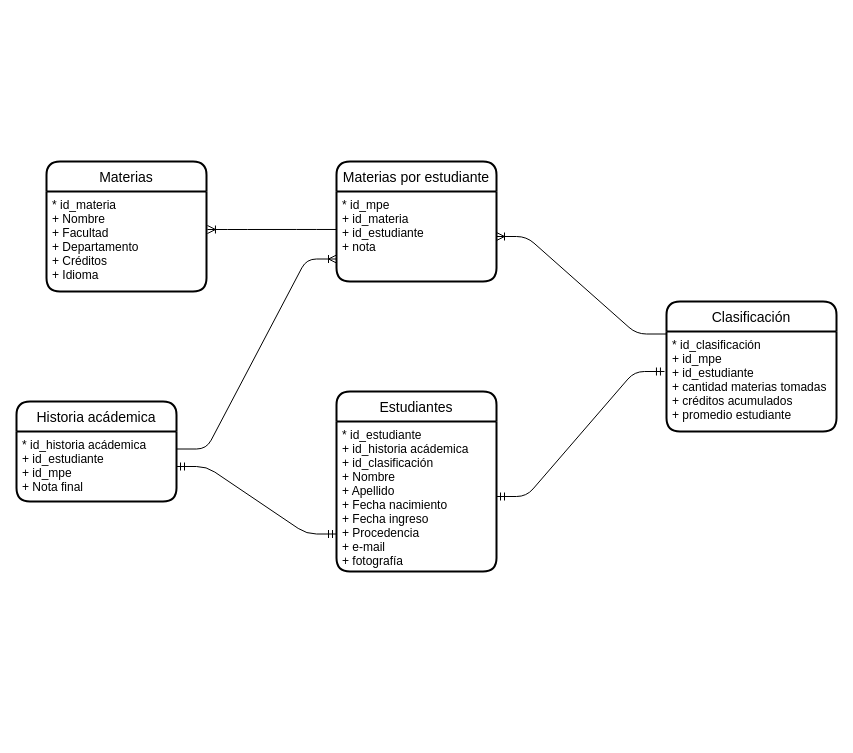
Before: res/entidad_relacion.drawio in crisleoc/un_poo_project, a draw.io diagram. Source tidied: cells renumbered, new cells numbered last; positions are measured from the earlier drawing's top-left corner, leaving out a move shared by most shapes. Both pictures are drawn from the tidied source at 100%, with x=0, y=0 at pixel (16, 161).
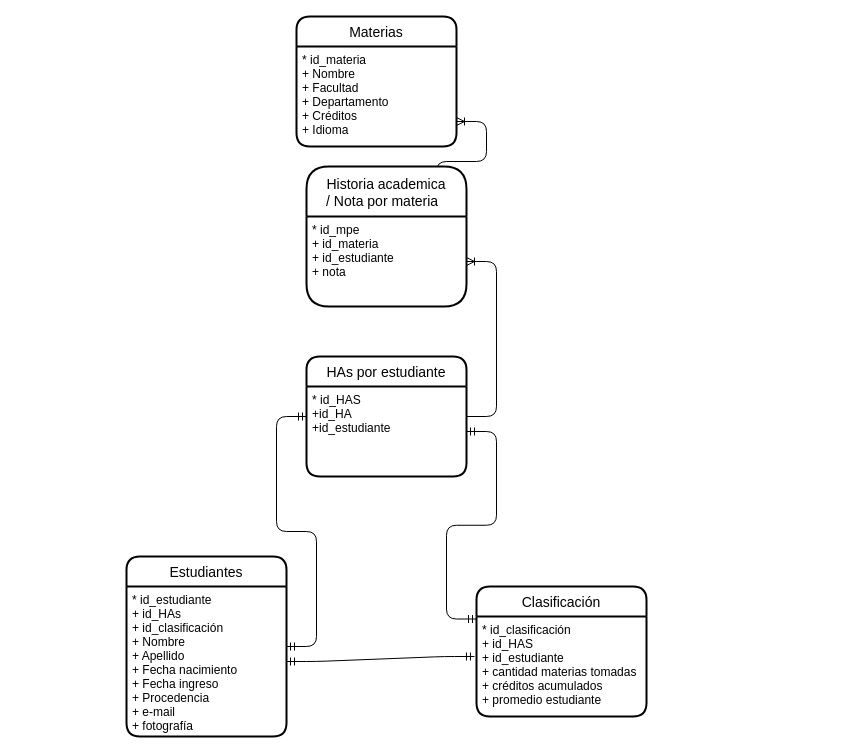
Above is the later version.

The edit, as a diff of the source:
```diff
@@
 <mxGraphModel>
   <root>
     <mxCell id="0" />
     <mxCell id="1" parent="0" />
     <mxCell id="2" value="Materias" style="swimlane;horizontal=1;startSize=30;rounded=1;fontSize=14;fontStyle=0;strokeWidth=2;shadow=0;dashed=0;align=center;" parent="1" vertex="1">
-      <mxGeometry x="30" width="160" height="130" as="geometry" />
+      <mxGeometry x="280" y="-145" width="160" height="130" as="geometry" />
     </mxCell>
     <mxCell id="3" value="* id_materia&#10;+ Nombre&#10;+ Facultad&#10;+ Departamento&#10;+ Créditos&#10;+ Idioma" style="align=left;strokeColor=none;fillColor=none;spacingLeft=4;fontSize=12;verticalAlign=top;" parent="2" vertex="1">
       <mxGeometry y="30" width="160" height="100" as="geometry" />
     </mxCell>
     <mxCell id="4" value="Clasificación" style="swimlane;horizontal=1;startSize=30;rounded=1;fontSize=14;fontStyle=0;strokeWidth=2;shadow=0;dashed=0;align=center;" parent="1" vertex="1">
-      <mxGeometry x="650" y="140" width="170" height="130" as="geometry" />
+      <mxGeometry x="460" y="425" width="170" height="130" as="geometry" />
     </mxCell>
-    <mxCell id="5" value="* id_clasificación&#10;+ id_mpe&#10;+ id_estudiante&#10;+ cantidad materias tomadas&#10;+ créditos acumulados&#10;+ promedio estudiante" style="align=left;strokeColor=none;fillColor=none;spacingLeft=4;fontSize=12;verticalAlign=top;" parent="4" vertex="1">
+    <mxCell id="5" value="* id_clasificación&#10;+ id_HAS&#10;+ id_estudiante&#10;+ cantidad materias tomadas&#10;+ créditos acumulados&#10;+ promedio estudiante" style="align=left;strokeColor=none;fillColor=none;spacingLeft=4;fontSize=12;verticalAlign=top;" parent="4" vertex="1">
       <mxGeometry y="30" width="170" height="100" as="geometry" />
     </mxCell>
     <mxCell id="6" value="Estudiantes" style="swimlane;horizontal=1;startSize=30;rounded=1;fontSize=14;fontStyle=0;strokeWidth=2;shadow=0;dashed=0;align=center;" parent="1" vertex="1">
-      <mxGeometry x="320" y="230" width="160" height="180" as="geometry" />
+      <mxGeometry x="110" y="395" width="160" height="180" as="geometry" />
     </mxCell>
-    <mxCell id="7" value="* id_estudiante&#10;+ id_historia acádemica&#10;+ id_clasificación&#10;+ Nombre&#10;+ Apellido&#10;+ Fecha nacimiento&#10;+ Fecha ingreso&#10;+ Procedencia&#10;+ e-mail&#10;+ fotografía" style="align=left;strokeColor=none;fillColor=none;spacingLeft=4;fontSize=12;verticalAlign=top;" parent="6" vertex="1">
+    <mxCell id="7" value="* id_estudiante&#10;+ id_HAs&#10;+ id_clasificación&#10;+ Nombre&#10;+ Apellido&#10;+ Fecha nacimiento&#10;+ Fecha ingreso&#10;+ Procedencia&#10;+ e-mail&#10;+ fotografía" style="align=left;strokeColor=none;fillColor=none;spacingLeft=4;fontSize=12;verticalAlign=top;" parent="6" vertex="1">
       <mxGeometry y="30" width="160" height="150" as="geometry" />
     </mxCell>
-    <mxCell id="8" value="Historia acádemica" style="swimlane;horizontal=1;startSize=30;rounded=1;fontSize=14;fontStyle=0;strokeWidth=2;shadow=0;dashed=0;align=center;" parent="1" vertex="1">
-      <mxGeometry y="240" width="160" height="100" as="geometry" />
-    </mxCell>
-    <mxCell id="9" value="* id_historia acádemica&#10;+ id_estudiante&#10;+ id_mpe&#10;+ Nota final" style="align=left;strokeColor=none;fillColor=none;spacingLeft=4;fontSize=12;verticalAlign=top;" parent="8" vertex="1">
-      <mxGeometry y="30" width="160" height="70" as="geometry" />
-    </mxCell>
-    <mxCell id="10" style="edgeStyle=entityRelationEdgeStyle;fontSize=12;html=1;endArrow=ERoneToMany;entryX=1.006;entryY=0.38;entryDx=0;entryDy=0;exitX=0;exitY=0.422;exitDx=0;exitDy=0;exitPerimeter=0;entryPerimeter=0;" parent="1" edge="1" source="14" target="3">
+    <mxCell id="10" style="edgeStyle=entityRelationEdgeStyle;fontSize=12;html=1;endArrow=ERoneToMany;entryX=1;entryY=0.75;entryDx=0;entryDy=0;exitX=1;exitY=0.25;exitDx=0;exitDy=0;" parent="1" edge="1" source="13" target="3">
       <mxGeometry relative="1" as="geometry" />
     </mxCell>
     <mxCell id="11" style="edgeStyle=entityRelationEdgeStyle;fontSize=12;html=1;endArrow=ERmandOne;startArrow=ERmandOne;exitX=-0.012;exitY=0.4;exitDx=0;exitDy=0;exitPerimeter=0;" parent="1" edge="1" source="5" target="7">
       <mxGeometry relative="1" as="geometry" />
     </mxCell>
-    <mxCell id="12" style="edgeStyle=entityRelationEdgeStyle;fontSize=12;html=1;endArrow=ERmandOne;startArrow=ERmandOne;entryX=0;entryY=0.75;entryDx=0;entryDy=0;exitX=1;exitY=0.5;exitDx=0;exitDy=0;" parent="1" edge="1" source="9" target="7">
-      <mxGeometry relative="1" as="geometry" />
-    </mxCell>
-    <mxCell id="13" value="Materias por estudiante" style="swimlane;horizontal=1;startSize=30;rounded=1;fontSize=14;fontStyle=0;strokeWidth=2;shadow=0;dashed=0;align=center;" parent="1" vertex="1">
-      <mxGeometry x="320" width="160" height="120" as="geometry" />
+    <mxCell id="13" value="Historia academica&#10;/ Nota por materia  " style="swimlane;horizontal=1;startSize=50;rounded=1;fontSize=14;fontStyle=0;strokeWidth=2;shadow=0;dashed=0;align=center;" parent="1" vertex="1">
+      <mxGeometry x="290" y="5" width="160" height="140" as="geometry" />
     </mxCell>
     <mxCell id="14" value="* id_mpe&#10;+ id_materia&#10;+ id_estudiante&#10;+ nota" style="align=left;strokeColor=none;fillColor=none;spacingLeft=4;fontSize=12;verticalAlign=top;" parent="13" vertex="1">
-      <mxGeometry y="30" width="160" height="90" as="geometry" />
+      <mxGeometry y="50" width="160" height="90" as="geometry" />
     </mxCell>
-    <mxCell id="15" style="edgeStyle=entityRelationEdgeStyle;fontSize=12;html=1;endArrow=ERoneToMany;exitX=0;exitY=0.25;exitDx=0;exitDy=0;" parent="1" edge="1" source="4" target="14">
-      <mxGeometry relative="1" as="geometry" />
+    <mxCell id="15" value="HAs por estudiante" style="swimlane;horizontal=1;startSize=30;rounded=1;fontSize=14;fontStyle=0;strokeWidth=2;shadow=0;dashed=0;align=center;" parent="1" vertex="1">
+      <mxGeometry x="290" y="195" width="160" height="120" as="geometry" />
     </mxCell>
-    <mxCell id="16" style="edgeStyle=entityRelationEdgeStyle;fontSize=12;html=1;endArrow=ERoneToMany;entryX=0;entryY=0.75;entryDx=0;entryDy=0;exitX=1;exitY=0.25;exitDx=0;exitDy=0;" parent="1" edge="1" source="9" target="14">
-      <mxGeometry relative="1" as="geometry" />
-    </mxCell>
+    <mxCell id="17" value="* id_HAS&#10;+id_HA&#10;+id_estudiante" style="align=left;strokeColor=none;fillColor=none;spacingLeft=4;fontSize=12;verticalAlign=top;" parent="15" vertex="1">
+      <mxGeometry y="30" width="160" height="90" as="geometry" />
+    </mxCell>
+    <mxCell id="18" style="edgeStyle=entityRelationEdgeStyle;fontSize=12;html=1;endArrow=ERoneToMany;" parent="1" edge="1" target="14">
+      <mxGeometry relative="1" as="geometry">
+        <mxPoint x="450" y="255" as="sourcePoint" />
+      </mxGeometry>
+    </mxCell>
+    <mxCell id="19" style="edgeStyle=entityRelationEdgeStyle;fontSize=12;html=1;endArrow=ERmandOne;startArrow=ERmandOne;entryX=0;entryY=0.5;entryDx=0;entryDy=0;" parent="1" edge="1" source="6" target="15">
+      <mxGeometry relative="1" as="geometry" />
+    </mxCell>
+    <mxCell id="20" style="edgeStyle=entityRelationEdgeStyle;fontSize=12;html=1;endArrow=ERmandOne;startArrow=ERmandOne;entryX=1;entryY=0.5;entryDx=0;entryDy=0;exitX=0;exitY=0.25;exitDx=0;exitDy=0;" parent="1" edge="1" source="4" target="17">
+      <mxGeometry relative="1" as="geometry" />
+    </mxCell>
   </root>
 </mxGraphModel>
```
